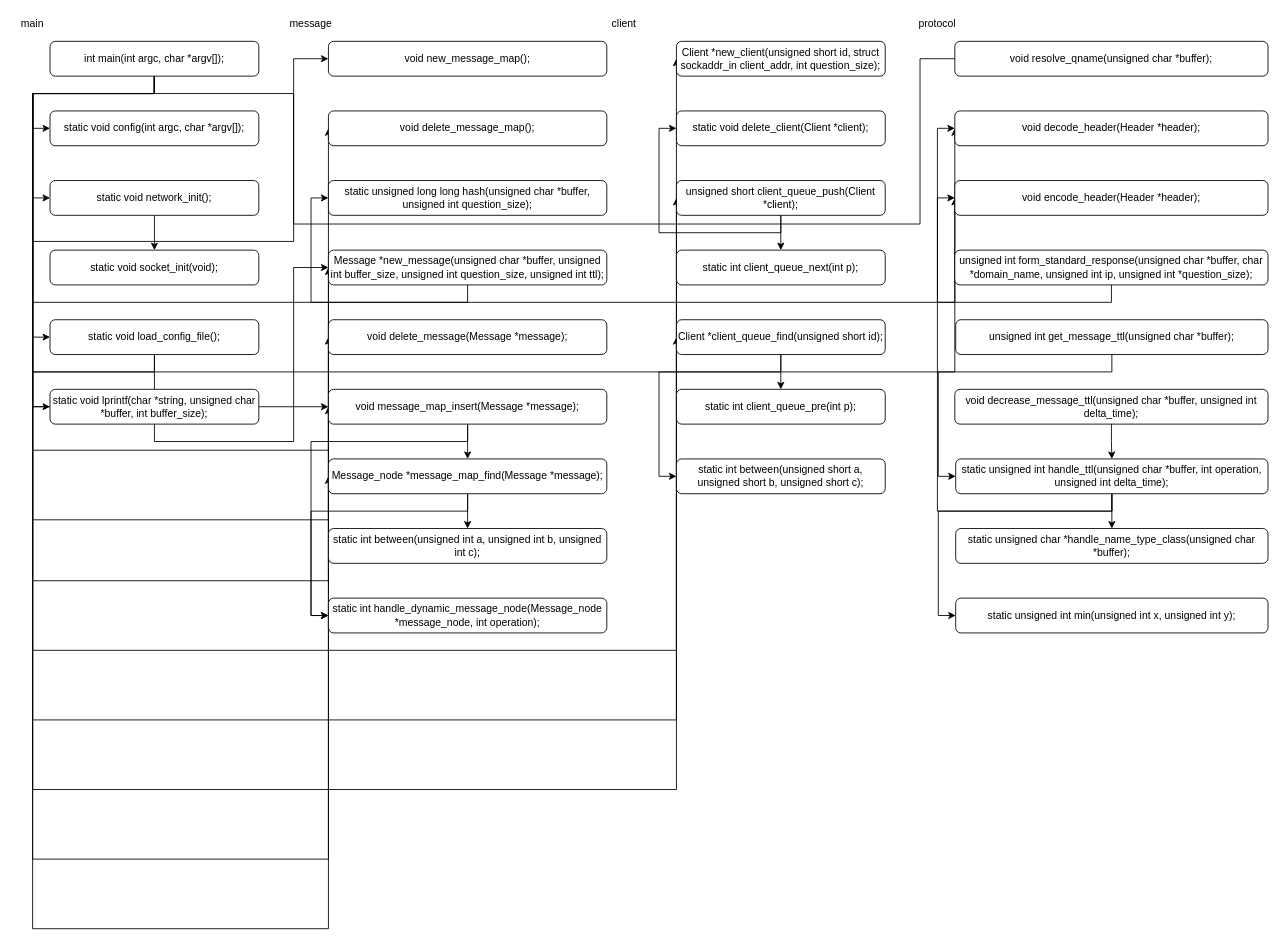
chunkitlau/diagrams keeps this draw.io diagram as dns_relay.drawio. Above is the earlier version. Source tidied: cells renumbered, new cells numbered last; positions are measured from the earlier drawing's top-left corner, leaving out a move shared by most shapes. Both pictures are drawn from the tidied source at 87%, with x=0, y=0 at pixel (15, 15).
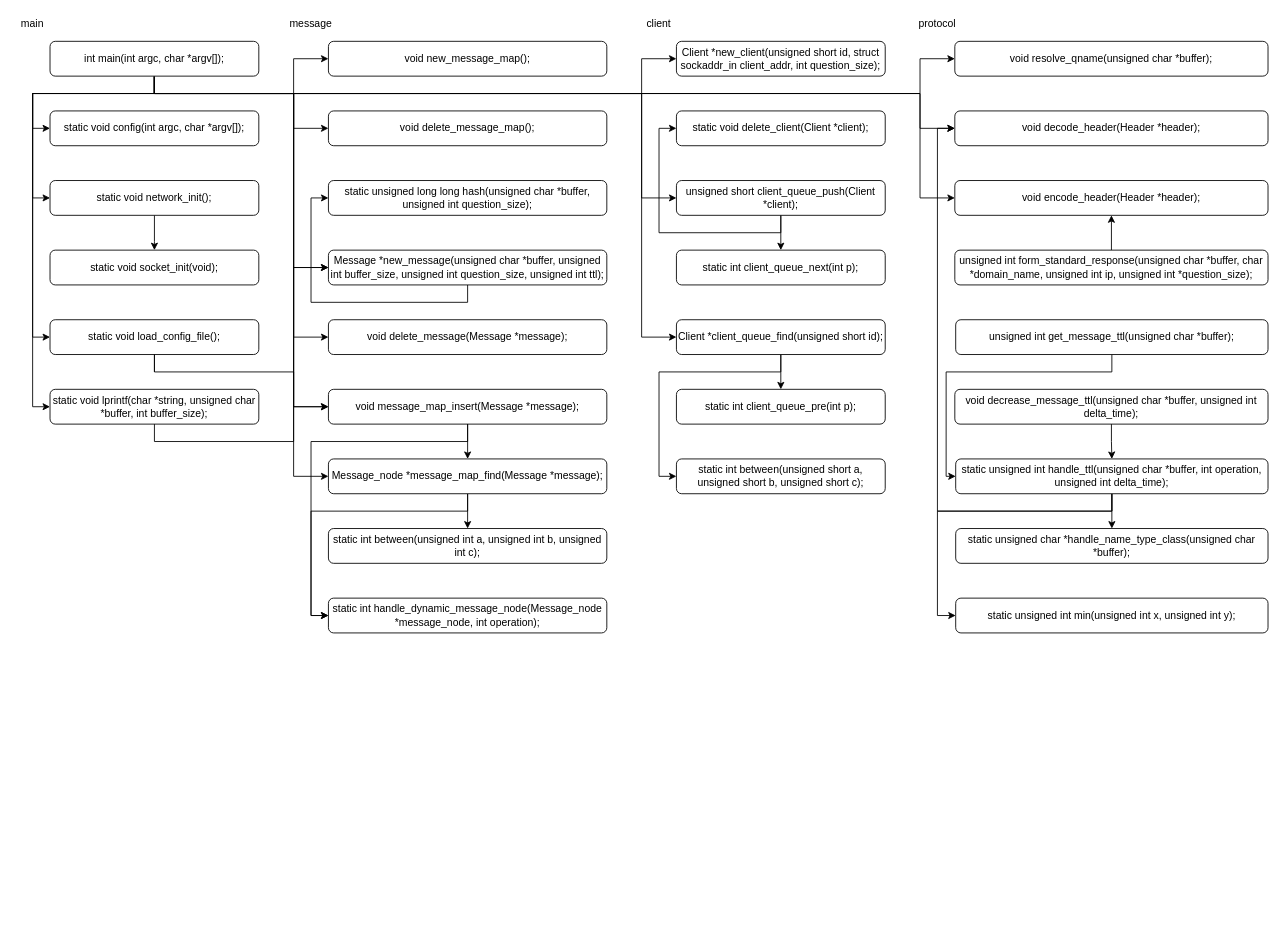
The same page after the edit.

Unchanged cells that the change refers to:
```xml
<mxCell id="8" value="static void load_config_file();" style="rounded=1;whiteSpace=wrap;html=1;" parent="1" vertex="1">
  <mxGeometry x="40" y="350" width="240" height="40" as="geometry" />
</mxCell>
<mxCell id="24" value="int main(int argc, char *argv[]);" style="rounded=1;whiteSpace=wrap;html=1;" parent="1" vertex="1">
  <mxGeometry x="40" y="30" width="240" height="40" as="geometry" />
</mxCell>
<mxCell id="25" value="void new_message_map();" style="rounded=1;whiteSpace=wrap;html=1;" parent="1" vertex="1">
  <mxGeometry x="360" y="30" width="320" height="40" as="geometry" />
</mxCell>
<mxCell id="26" value="void decode_header(Header *header);" style="rounded=1;whiteSpace=wrap;html=1;" parent="1" vertex="1">
  <mxGeometry x="1080" y="110" width="360" height="40" as="geometry" />
</mxCell>
<mxCell id="27" value="void encode_header(Header *header);" style="rounded=1;whiteSpace=wrap;html=1;" parent="1" vertex="1">
  <mxGeometry x="1080" y="190" width="360" height="40" as="geometry" />
</mxCell>
<mxCell id="28" value="void delete_message(Message *message);" style="rounded=1;whiteSpace=wrap;html=1;" parent="1" vertex="1">
  <mxGeometry x="360" y="350" width="320" height="40" as="geometry" />
</mxCell>
<mxCell id="34" value="unsigned int form_standard_response(unsigned char *buffer, char *domain_name, unsigned int ip, unsigned int *question_size);" style="rounded=1;whiteSpace=wrap;html=1;" parent="1" vertex="1">
  <mxGeometry x="1080" y="270" width="360" height="40" as="geometry" />
</mxCell>
<mxCell id="36" value="static unsigned int min(unsigned int x, unsigned int y);" style="rounded=1;whiteSpace=wrap;html=1;" parent="1" vertex="1">
  <mxGeometry x="1081" y="670" width="359" height="40" as="geometry" />
</mxCell>
<mxCell id="40" value="static unsigned int handle_ttl(unsigned char *buffer, int operation, unsigned int delta_time);" style="rounded=1;whiteSpace=wrap;html=1;" parent="1" vertex="1">
  <mxGeometry x="1081" y="510" width="359" height="40" as="geometry" />
</mxCell>
<mxCell id="42" value="unsigned int get_message_ttl(unsigned char *buffer);" style="rounded=1;whiteSpace=wrap;html=1;" parent="1" vertex="1">
  <mxGeometry x="1081" y="350" width="359" height="40" as="geometry" />
</mxCell>
<mxCell id="45" value="static unsigned long long hash(unsigned char *buffer, unsigned int question_size);" style="rounded=1;whiteSpace=wrap;html=1;" parent="1" vertex="1">
  <mxGeometry x="360" y="190" width="320" height="40" as="geometry" />
</mxCell>
<mxCell id="47" value="Message *new_message(unsigned char *buffer, unsigned int buffer_size, unsigned int question_size, unsigned int ttl);" style="rounded=1;whiteSpace=wrap;html=1;" parent="1" vertex="1">
  <mxGeometry x="360" y="270" width="320" height="40" as="geometry" />
</mxCell>
<mxCell id="48" value="void delete_message_map();" style="rounded=1;whiteSpace=wrap;html=1;" parent="1" vertex="1">
  <mxGeometry x="360" y="110" width="320" height="40" as="geometry" />
</mxCell>
<mxCell id="53" value="Message_node *message_map_find(Message *message);" style="rounded=1;whiteSpace=wrap;html=1;" parent="1" vertex="1">
  <mxGeometry x="360" y="510" width="320" height="40" as="geometry" />
</mxCell>
<mxCell id="56" value="void message_map_insert(Message *message);" style="rounded=1;whiteSpace=wrap;html=1;" parent="1" vertex="1">
  <mxGeometry x="360" y="430" width="320" height="40" as="geometry" />
</mxCell>
<mxCell id="57" value="Client *new_client(unsigned short id, struct sockaddr_in client_addr, int question_size);" style="rounded=1;whiteSpace=wrap;html=1;" parent="1" vertex="1">
  <mxGeometry x="760" y="30" width="240" height="40" as="geometry" />
</mxCell>
<mxCell id="63" value="unsigned short client_queue_push(Client *client);" style="rounded=1;whiteSpace=wrap;html=1;" parent="1" vertex="1">
  <mxGeometry x="760" y="190" width="240" height="40" as="geometry" />
</mxCell>
<mxCell id="67" value="Client *client_queue_find(unsigned short id);" style="rounded=1;whiteSpace=wrap;html=1;" parent="1" vertex="1">
  <mxGeometry x="760" y="350" width="240" height="40" as="geometry" />
</mxCell>
<mxCell id="68" value="void resolve_qname(unsigned char *buffer);" style="rounded=1;whiteSpace=wrap;html=1;" parent="1" vertex="1">
  <mxGeometry x="1080" y="30" width="360" height="40" as="geometry" />
</mxCell>
<mxCell id="70" value="static void lprintf(char *string, unsigned char *buffer, int buffer_size);" style="rounded=1;whiteSpace=wrap;html=1;" parent="1" vertex="1">
  <mxGeometry x="40" y="430" width="240" height="40" as="geometry" />
</mxCell>
```

The edit, as a diff of the source:
```diff
@@
     <mxCell id="7" style="edgeStyle=orthogonalEdgeStyle;rounded=0;jettySize=auto;html=1;exitX=0.5;exitY=1;exitDx=0;exitDy=0;entryX=0;entryY=0.5;entryDx=0;entryDy=0;" parent="1" edge="1" source="8" target="56">
-      <mxGeometry relative="1" as="geometry" />
+      <mxGeometry relative="1" as="geometry">
+        <Array as="points">
+          <mxPoint x="160" y="410" />
+          <mxPoint x="320" y="410" />
+          <mxPoint x="320" y="450" />
+        </Array>
+      </mxGeometry>
     </mxCell>
@@
     <mxCell id="12" style="edgeStyle=orthogonalEdgeStyle;rounded=0;jettySize=auto;html=1;exitX=0.5;exitY=1;exitDx=0;exitDy=0;entryX=0;entryY=0.5;entryDx=0;entryDy=0;" parent="1" edge="1" source="24" target="26">
       <mxGeometry relative="1" as="geometry">
         <Array as="points">
           <mxPoint x="160" y="90" />
-          <mxPoint x="20" y="90" />
-          <mxPoint x="20" y="330" />
+          <mxPoint x="1040" y="90" />
+          <mxPoint x="1040" y="130" />
         </Array>
       </mxGeometry>
     </mxCell>
     <mxCell id="13" style="edgeStyle=orthogonalEdgeStyle;rounded=0;jettySize=auto;html=1;exitX=0.5;exitY=1;exitDx=0;exitDy=0;entryX=0;entryY=0.5;entryDx=0;entryDy=0;" parent="1" edge="1" source="24" target="27">
       <mxGeometry relative="1" as="geometry">
         <Array as="points">
           <mxPoint x="160" y="90" />
-          <mxPoint x="20" y="90" />
-          <mxPoint x="20" y="410" />
+          <mxPoint x="1040" y="90" />
+          <mxPoint x="1040" y="210" />
         </Array>
       </mxGeometry>
     </mxCell>
     <mxCell id="14" style="edgeStyle=orthogonalEdgeStyle;rounded=0;jettySize=auto;html=1;exitX=0.5;exitY=1;exitDx=0;exitDy=0;entryX=0;entryY=0.5;entryDx=0;entryDy=0;" parent="1" edge="1" source="24" target="47">
       <mxGeometry relative="1" as="geometry">
         <Array as="points">
           <mxPoint x="160" y="90" />
-          <mxPoint x="20" y="90" />
-          <mxPoint x="20" y="500" />
-          <mxPoint x="360" y="500" />
+          <mxPoint x="320" y="90" />
+          <mxPoint x="320" y="290" />
         </Array>
       </mxGeometry>
     </mxCell>
     <mxCell id="15" style="edgeStyle=orthogonalEdgeStyle;rounded=0;jettySize=auto;html=1;exitX=0.5;exitY=1;exitDx=0;exitDy=0;entryX=0;entryY=0.5;entryDx=0;entryDy=0;" parent="1" edge="1" source="24" target="53">
       <mxGeometry relative="1" as="geometry">
         <Array as="points">
           <mxPoint x="160" y="90" />
-          <mxPoint x="20" y="90" />
-          <mxPoint x="20" y="580" />
+          <mxPoint x="320" y="90" />
+          <mxPoint x="320" y="530" />
         </Array>
       </mxGeometry>
     </mxCell>
     <mxCell id="16" style="edgeStyle=orthogonalEdgeStyle;rounded=0;jettySize=auto;html=1;exitX=0.5;exitY=1;exitDx=0;exitDy=0;entryX=0;entryY=0.5;entryDx=0;entryDy=0;" parent="1" edge="1" source="24" target="28">
       <mxGeometry relative="1" as="geometry">
         <Array as="points">
           <mxPoint x="160" y="90" />
-          <mxPoint x="20" y="90" />
-          <mxPoint x="20" y="650" />
+          <mxPoint x="320" y="90" />
+          <mxPoint x="320" y="370" />
         </Array>
       </mxGeometry>
     </mxCell>
     <mxCell id="17" style="edgeStyle=orthogonalEdgeStyle;rounded=0;jettySize=auto;html=1;exitX=0.5;exitY=1;exitDx=0;exitDy=0;entryX=0;entryY=0.5;entryDx=0;entryDy=0;" parent="1" edge="1" source="24" target="25">
       <mxGeometry relative="1" as="geometry">
         <Array as="points">
           <mxPoint x="160" y="90" />
-          <mxPoint x="20" y="90" />
-          <mxPoint x="20" y="260" />
-          <mxPoint x="320" y="260" />
+          <mxPoint x="320" y="90" />
           <mxPoint x="320" y="50" />
         </Array>
       </mxGeometry>
     </mxCell>
     <mxCell id="18" style="edgeStyle=orthogonalEdgeStyle;rounded=0;jettySize=auto;html=1;exitX=0.5;exitY=1;exitDx=0;exitDy=0;entryX=0;entryY=0.5;entryDx=0;entryDy=0;" parent="1" edge="1" source="24" target="57">
       <mxGeometry relative="1" as="geometry">
         <Array as="points">
           <mxPoint x="160" y="90" />
-          <mxPoint x="20" y="90" />
-          <mxPoint x="20" y="730" />
+          <mxPoint x="720" y="90" />
+          <mxPoint x="720" y="50" />
         </Array>
       </mxGeometry>
     </mxCell>
     <mxCell id="19" style="edgeStyle=orthogonalEdgeStyle;rounded=0;jettySize=auto;html=1;exitX=0.5;exitY=1;exitDx=0;exitDy=0;entryX=0;entryY=0.5;entryDx=0;entryDy=0;" parent="1" edge="1" source="24" target="63">
       <mxGeometry relative="1" as="geometry">
         <Array as="points">
           <mxPoint x="160" y="90" />
-          <mxPoint x="20" y="90" />
-          <mxPoint x="20" y="810" />
+          <mxPoint x="720" y="90" />
+          <mxPoint x="720" y="210" />
         </Array>
       </mxGeometry>
     </mxCell>
     <mxCell id="20" style="edgeStyle=orthogonalEdgeStyle;rounded=0;jettySize=auto;html=1;exitX=0.5;exitY=1;exitDx=0;exitDy=0;entryX=0;entryY=0.5;entryDx=0;entryDy=0;" parent="1" edge="1" source="24" target="67">
       <mxGeometry relative="1" as="geometry">
         <Array as="points">
           <mxPoint x="160" y="90" />
-          <mxPoint x="20" y="90" />
-          <mxPoint x="20" y="890" />
+          <mxPoint x="720" y="90" />
+          <mxPoint x="720" y="370" />
         </Array>
       </mxGeometry>
     </mxCell>
     <mxCell id="21" style="edgeStyle=orthogonalEdgeStyle;rounded=0;jettySize=auto;html=1;exitX=0.5;exitY=1;exitDx=0;exitDy=0;entryX=0;entryY=0.5;entryDx=0;entryDy=0;" parent="1" edge="1" source="24" target="56">
       <mxGeometry relative="1" as="geometry">
         <Array as="points">
           <mxPoint x="160" y="90" />
-          <mxPoint x="20" y="90" />
-          <mxPoint x="20" y="970" />
-          <mxPoint x="360" y="970" />
+          <mxPoint x="320" y="90" />
+          <mxPoint x="320" y="450" />
         </Array>
       </mxGeometry>
     </mxCell>
     <mxCell id="22" style="edgeStyle=orthogonalEdgeStyle;rounded=0;jettySize=auto;html=1;exitX=0.5;exitY=1;exitDx=0;exitDy=0;entryX=0;entryY=0.5;entryDx=0;entryDy=0;" parent="1" edge="1" source="24" target="48">
       <mxGeometry relative="1" as="geometry">
         <Array as="points">
           <mxPoint x="160" y="90" />
-          <mxPoint x="20" y="90" />
-          <mxPoint x="20" y="1050" />
+          <mxPoint x="320" y="90" />
+          <mxPoint x="320" y="130" />
         </Array>
       </mxGeometry>
     </mxCell>
@@
+    <mxCell id="69" style="edgeStyle=orthogonalEdgeStyle;rounded=0;jettySize=auto;html=1;exitX=0.5;exitY=1;exitDx=0;exitDy=0;entryX=0;entryY=0.5;entryDx=0;entryDy=0;" parent="1" edge="1" source="24" target="68">
+      <mxGeometry relative="1" as="geometry">
+        <Array as="points">
+          <mxPoint x="160" y="90" />
+          <mxPoint x="1040" y="90" />
+          <mxPoint x="1040" y="50" />
+        </Array>
+      </mxGeometry>
+    </mxCell>
@@
     <mxCell id="32" value="client" style="text;html=1;strokeColor=none;fillColor=none;align=center;verticalAlign=middle;whiteSpace=wrap;rounded=0;" parent="1" vertex="1">
-      <mxGeometry x="680" width="40" height="20" as="geometry" />
+      <mxGeometry x="720" width="40" height="20" as="geometry" />
     </mxCell>
-    <mxCell id="33" style="edgeStyle=orthogonalEdgeStyle;rounded=0;jettySize=auto;html=1;exitX=0.5;exitY=1;exitDx=0;exitDy=0;entryX=0;entryY=0.5;entryDx=0;entryDy=0;" parent="1" edge="1" source="34" target="27">
+    <mxCell id="33" style="edgeStyle=orthogonalEdgeStyle;rounded=0;jettySize=auto;html=1;exitX=0.5;exitY=0;exitDx=0;exitDy=0;entryX=0.5;entryY=1;entryDx=0;entryDy=0;" parent="1" edge="1" source="34" target="27">
       <mxGeometry relative="1" as="geometry" />
     </mxCell>
@@
     <mxCell id="39" style="edgeStyle=orthogonalEdgeStyle;rounded=0;jettySize=auto;html=1;exitX=0.5;exitY=1;exitDx=0;exitDy=0;entryX=0;entryY=0.5;entryDx=0;entryDy=0;" parent="1" edge="1" source="40" target="36">
       <mxGeometry relative="1" as="geometry">
         <Array as="points">
-          <mxPoint x="1261" y="570" />
-          <mxPoint x="1061" y="570" />
-          <mxPoint x="1061" y="690" />
+          <mxPoint x="1260" y="570" />
+          <mxPoint x="1060" y="570" />
+          <mxPoint x="1060" y="690" />
         </Array>
       </mxGeometry>
     </mxCell>
@@
     <mxCell id="41" style="edgeStyle=orthogonalEdgeStyle;rounded=0;jettySize=auto;html=1;exitX=0.5;exitY=1;exitDx=0;exitDy=0;entryX=0;entryY=0.5;entryDx=0;entryDy=0;" parent="1" edge="1" source="42" target="40">
       <mxGeometry relative="1" as="geometry">
         <Array as="points">
-          <mxPoint x="1261" y="410" />
-          <mxPoint x="1061" y="410" />
-          <mxPoint x="1061" y="530" />
+          <mxPoint x="1260" y="410" />
+          <mxPoint x="1070" y="410" />
+          <mxPoint x="1070" y="530" />
         </Array>
       </mxGeometry>
     </mxCell>
@@
     <mxCell id="46" style="edgeStyle=orthogonalEdgeStyle;rounded=0;jettySize=auto;html=1;exitX=0.5;exitY=1;exitDx=0;exitDy=0;entryX=0;entryY=0.5;entryDx=0;entryDy=0;" parent="1" edge="1" source="47" target="45">
-      <mxGeometry relative="1" as="geometry" />
+      <mxGeometry relative="1" as="geometry">
+        <Array as="points">
+          <mxPoint x="520" y="330" />
+          <mxPoint x="340" y="330" />
+          <mxPoint x="340" y="210" />
+        </Array>
+      </mxGeometry>
     </mxCell>
@@
-    <mxCell id="69" style="edgeStyle=orthogonalEdgeStyle;rounded=0;jettySize=auto;html=1;exitX=0.5;exitY=1;exitDx=0;exitDy=0;entryX=0;entryY=0.5;entryDx=0;entryDy=0;endArrow=none;" parent="1" edge="1" source="24" target="68">
-      <mxGeometry relative="1" as="geometry">
-        <Array as="points">
-          <mxPoint x="160" y="90" />
-          <mxPoint x="320" y="90" />
-          <mxPoint x="320" y="240" />
-          <mxPoint x="1040" y="240" />
-        </Array>
-      </mxGeometry>
-    </mxCell>
@@
-    <mxCell id="71" style="edgeStyle=orthogonalEdgeStyle;rounded=0;jettySize=auto;html=1;exitX=0.5;exitY=1;exitDx=0;exitDy=0;entryX=0;entryY=0.5;entryDx=0;entryDy=0;endArrow=none;" parent="1" edge="1" source="8" target="70">
-      <mxGeometry relative="1" as="geometry" />
+    <mxCell id="71" style="edgeStyle=orthogonalEdgeStyle;rounded=0;jettySize=auto;html=1;exitX=0.5;exitY=1;exitDx=0;exitDy=0;endArrow=none;" parent="1" edge="1" source="8">
+      <mxGeometry relative="1" as="geometry">
+        <mxPoint x="160" y="410" as="targetPoint" />
+      </mxGeometry>
     </mxCell>
```
